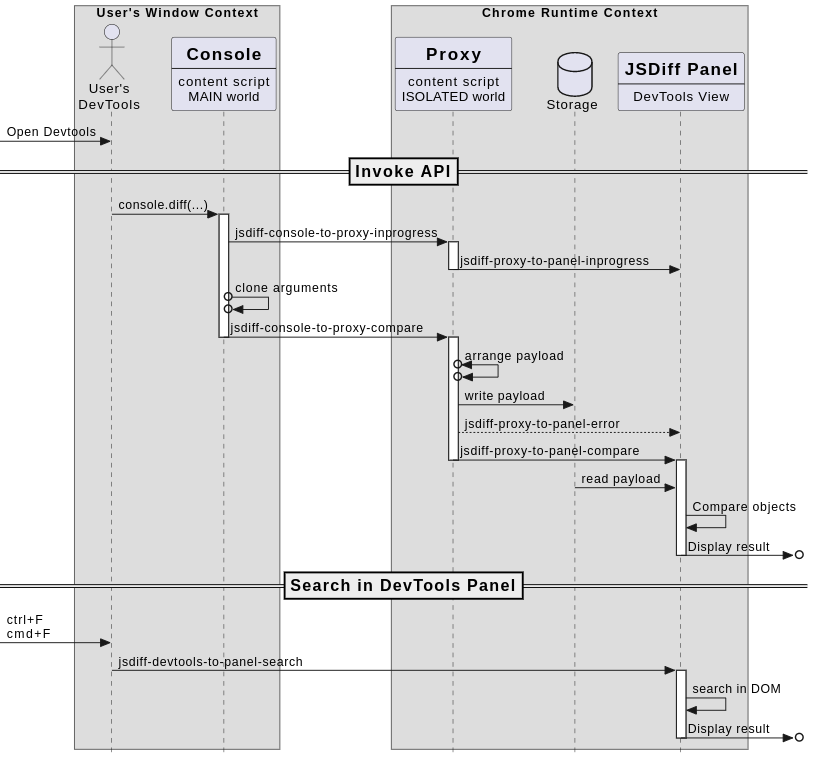
Earlier version of the PlantUML export doc/design.png (zendive/jsdiff). Its source is kept beside it as doc/design.plantuml. Its diagram source:
```plantuml
@startuml Design
skinparam style strictuml

box "User's Window Context"
actor "User's\nDevTools" as User
participant Console [
  =Console
  ----
  content script
  MAIN world
]
end box
box "Chrome Runtime Context"
participant Proxy [
  =Proxy
  ----
  content script
  ISOLATED world
]
database Storage
participant Panel [
  =JSDiff Panel
  ----
  DevTools View
]
end box

[-> User: Open Devtools
=== Invoke API ==

User -> Console: console.diff(...)

activate Console
Console -> Proxy: jsdiff-console-to-proxy-inprogress
activate Proxy
  Proxy -> Panel: jsdiff-proxy-to-panel-inprogress
deactivate Proxy
Console o->o Console: clone arguments
Console -> Proxy: jsdiff-console-to-proxy-compare
deactivate Console

activate Proxy
Proxy o<->o Proxy: arrange payload
Proxy -> Storage: write payload
Proxy --> Panel: jsdiff-proxy-to-panel-error
Proxy -> Panel: jsdiff-proxy-to-panel-compare
deactivate Proxy

activate Panel
Storage -> Panel: read payload
Panel -> Panel: Compare objects
Panel ->o]: Display result
deactivate Panel

=== Search in DevTools Panel ==
[-> User: ctrl+F\ncmd+F
User -> Panel: jsdiff-devtools-to-panel-search
activate Panel
Panel -> Panel: search in DOM
Panel ->o]: Display result
deactivate Panel

@enduml
```
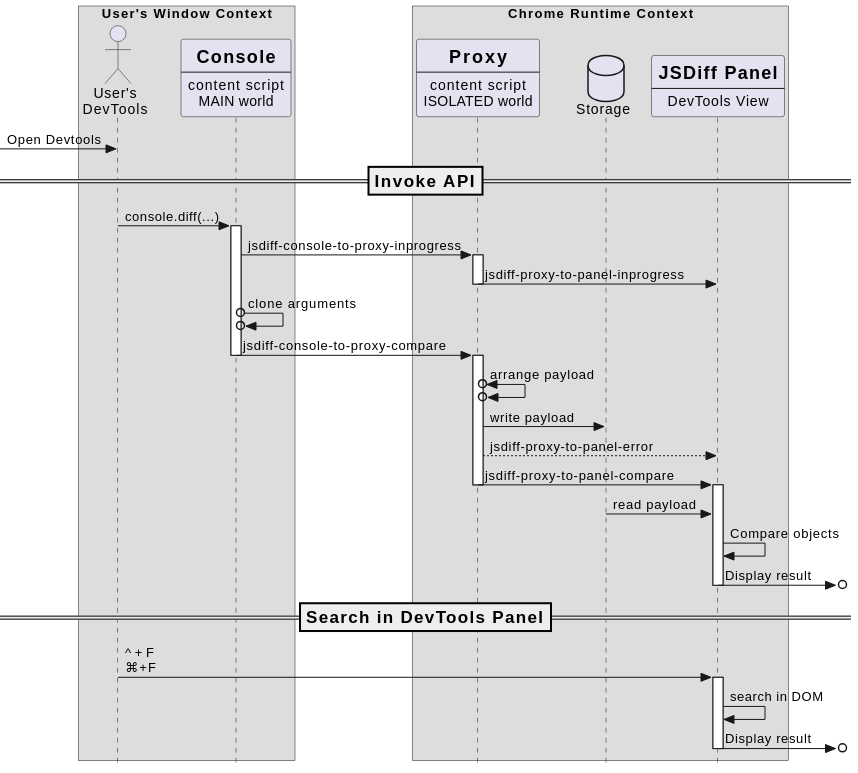
After the commit.

What changed in the source:
```diff
@@ -53,8 +53,8 @@
 deactivate Panel
 
 === Search in DevTools Panel ==
-[-> User: ctrl+F\ncmd+F
-User -> Panel: jsdiff-devtools-to-panel-search
+User -> Panel: ^+F\n⌘+F
+
 activate Panel
 Panel -> Panel: search in DOM
 Panel ->o]: Display result
```
